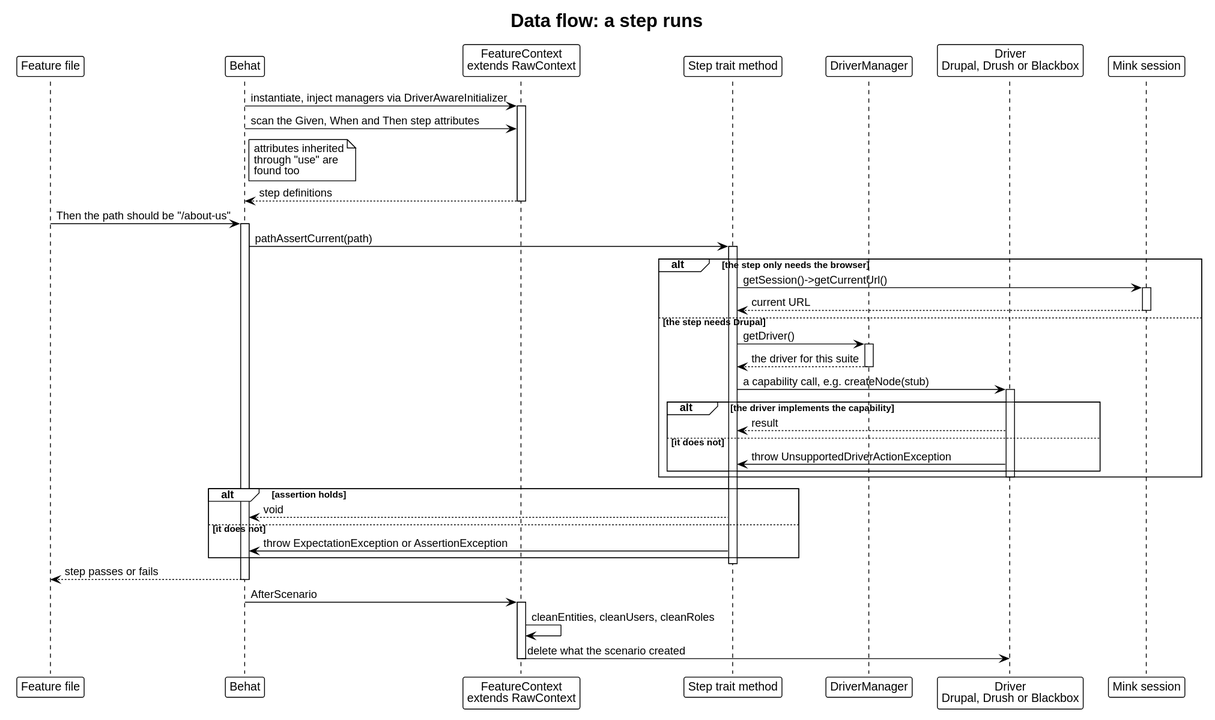
Earlier version of the PlantUML export docs/architecture/dataflow-step.svg (drevops/behat-steps).
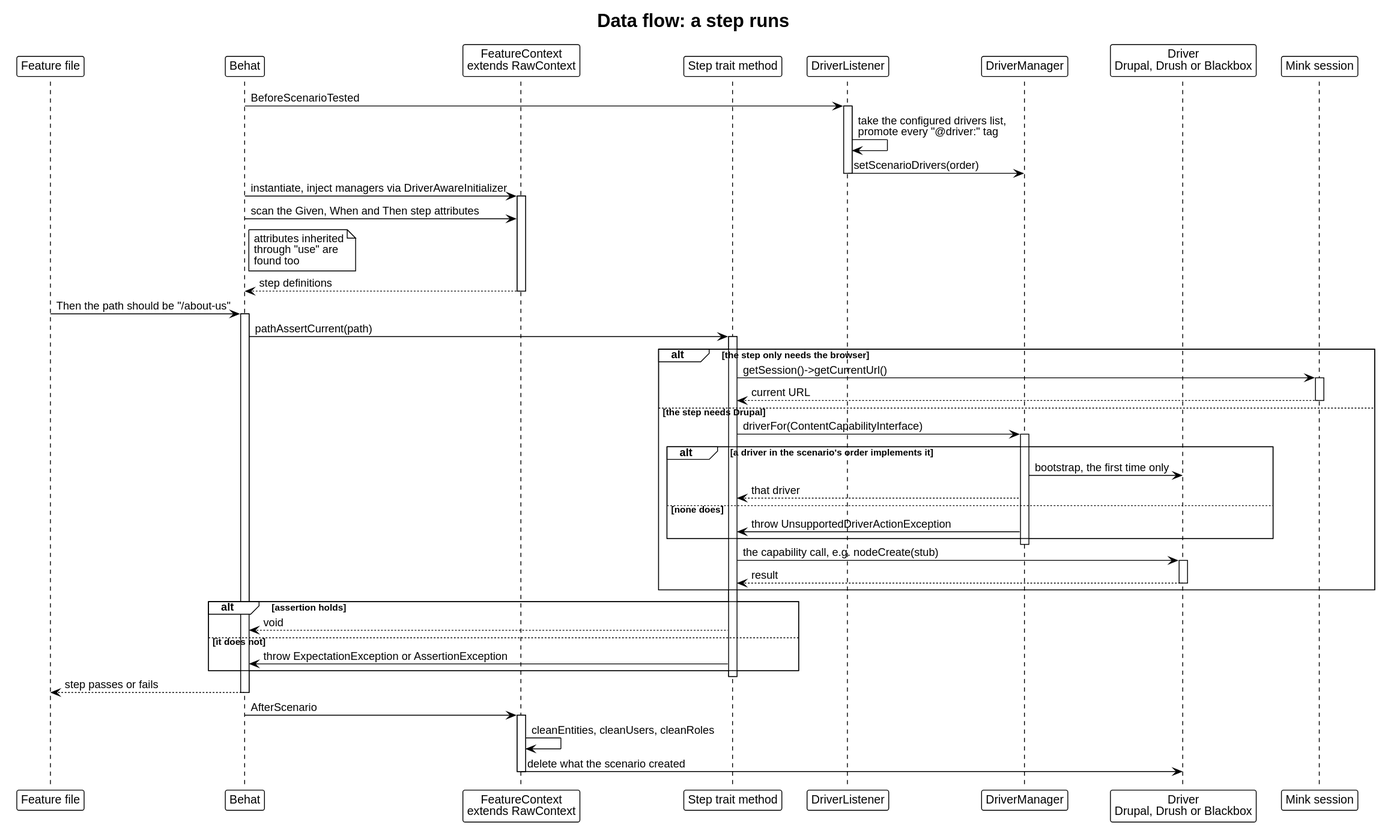
Later version of the same file.

Change to the diagram source:
```diff
@@ -9,9 +9,16 @@
 participant "Behat" as Behat
 participant "FeatureContext\nextends RawContext" as Ctx
 participant "Step trait method" as Trait
+participant "DriverListener" as Listener
 participant "DriverManager" as DM
 participant "Driver\nDrupal, Drush or Blackbox" as Driver
 participant "Mink session" as Mink
+
+Behat -> Listener: BeforeScenarioTested
+activate Listener
+Listener -> Listener: take the configured drivers list,\npromote every "@driver:" tag
+Listener -> DM: setScenarioDrivers(order)
+deactivate Listener
 
 Behat -> Ctx: instantiate, inject managers via DriverAwareInitializer
 activate Ctx
@@ -31,17 +38,18 @@
   Mink --> Trait: current URL
   deactivate Mink
 else the step needs Drupal
-  Trait -> DM: getDriver()
+  Trait -> DM: driverFor(ContentCapabilityInterface)
   activate DM
-  DM --> Trait: the driver for this suite
+  alt a driver in the scenario's order implements it
+    DM -> Driver: bootstrap, the first time only
+    DM --> Trait: that driver
+  else none does
+    DM -> Trait: throw UnsupportedDriverActionException
+  end
   deactivate DM
-  Trait -> Driver: a capability call, e.g. createNode(stub)
+  Trait -> Driver: the capability call, e.g. nodeCreate(stub)
   activate Driver
-  alt the driver implements the capability
-    Driver --> Trait: result
-  else it does not
-    Driver -> Trait: throw UnsupportedDriverActionException
-  end
+  Driver --> Trait: result
   deactivate Driver
 end
 
```
